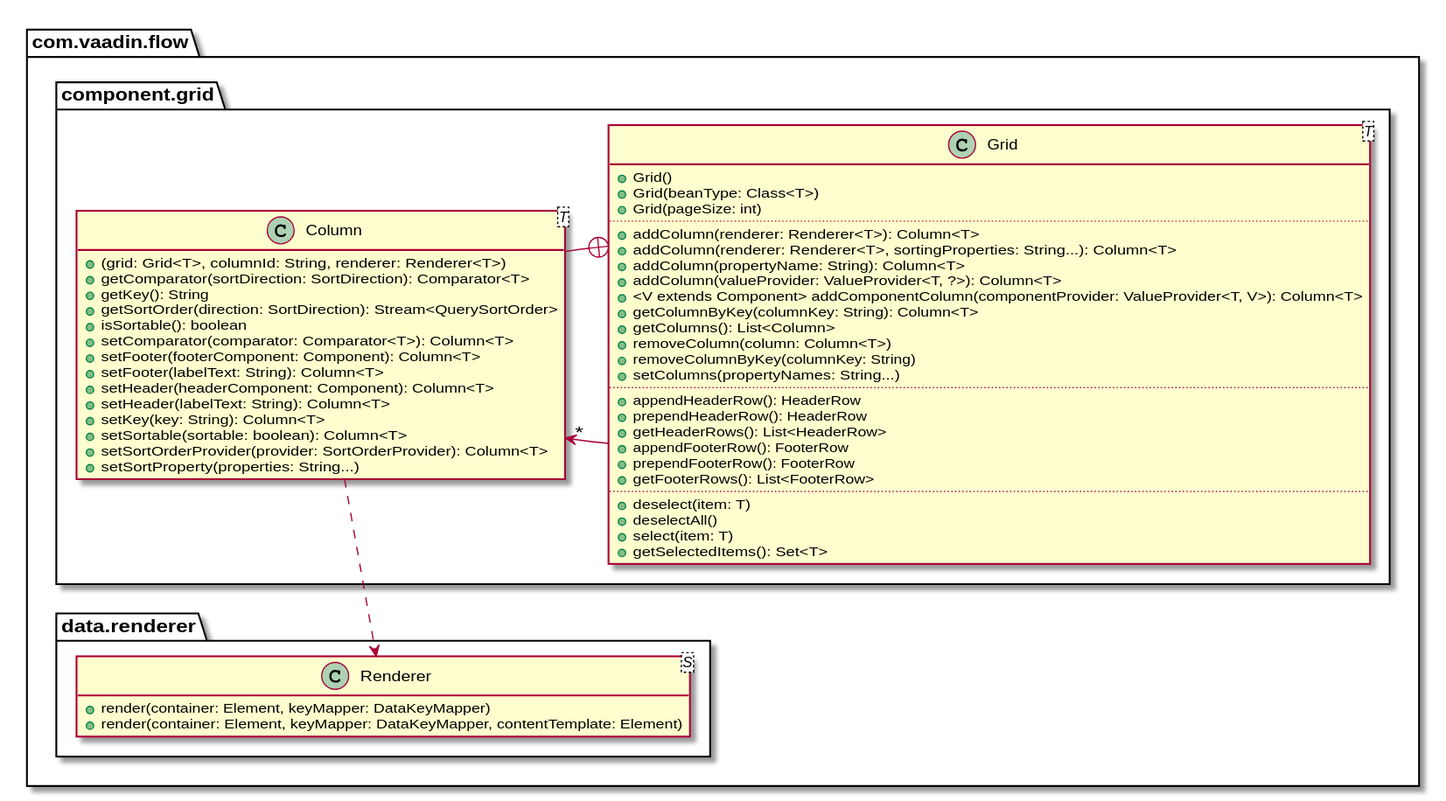
This is cours/images/grid.svg from formations/vaadin-foundations, a PlantUML export, as it was before one commit. Source of this version:
```plantuml
@startuml
package "com.vaadin.flow" {
 package "component.grid" {
  class Grid<T> {
   + Grid()
   + Grid(beanType: Class<T>)
   + Grid(pageSize: int)
....
   + addColumn(renderer: Renderer<T>): Column<T>
   + addColumn(renderer: Renderer<T>, sortingProperties: String...): Column<T>
   + addColumn(propertyName: String): Column<T>
   + addColumn(valueProvider: ValueProvider<T, ?>): Column<T>
   + <V extends Component> addComponentColumn(componentProvider: ValueProvider<T, V>): Column<T>
   + getColumnByKey(columnKey: String): Column<T>
   + getColumns(): List<Column>
   + removeColumn(column: Column<T>)
   + removeColumnByKey(columnKey: String)
   + setColumns(propertyNames: String...)
....
   + appendHeaderRow(): HeaderRow
   + prependHeaderRow(): HeaderRow
   + getHeaderRows(): List<HeaderRow>
   + appendFooterRow(): FooterRow
   + prependFooterRow(): FooterRow
   + getFooterRows(): List<FooterRow>
....
   + deselect(item: T)
   + deselectAll()
   + select(item: T)
   + getSelectedItems(): Set<T>
  }
  class Column<T> {
   + (grid: Grid<T>, columnId: String, renderer: Renderer<T>)
   + getComparator(sortDirection: SortDirection): Comparator<T>
   + getKey(): String
   + getSortOrder(direction: SortDirection): Stream<QuerySortOrder>
   + isSortable(): boolean
   + setComparator(comparator: Comparator<T>): Column<T>
   + setFooter(footerComponent: Component): Column<T>
   + setFooter(labelText: String): Column<T>
   + setHeader(headerComponent: Component): Column<T>
   + setHeader(labelText: String): Column<T>
   + setKey(key: String): Column<T>
   + setSortable(sortable: boolean): Column<T>
   + setSortOrderProvider(provider: SortOrderProvider): Column<T>
   + setSortProperty(properties: String...)
  }
 }
 package "data.renderer" {
  class Renderer<S> {
   + render(container: Element, keyMapper: DataKeyMapper)
   + render(container: Element, keyMapper: DataKeyMapper, contentTemplate: Element)
  }
 }
}

Grid -left-> "*" Column
Column -+ Grid
Column ..> Renderer
hide empty members
@enduml
```
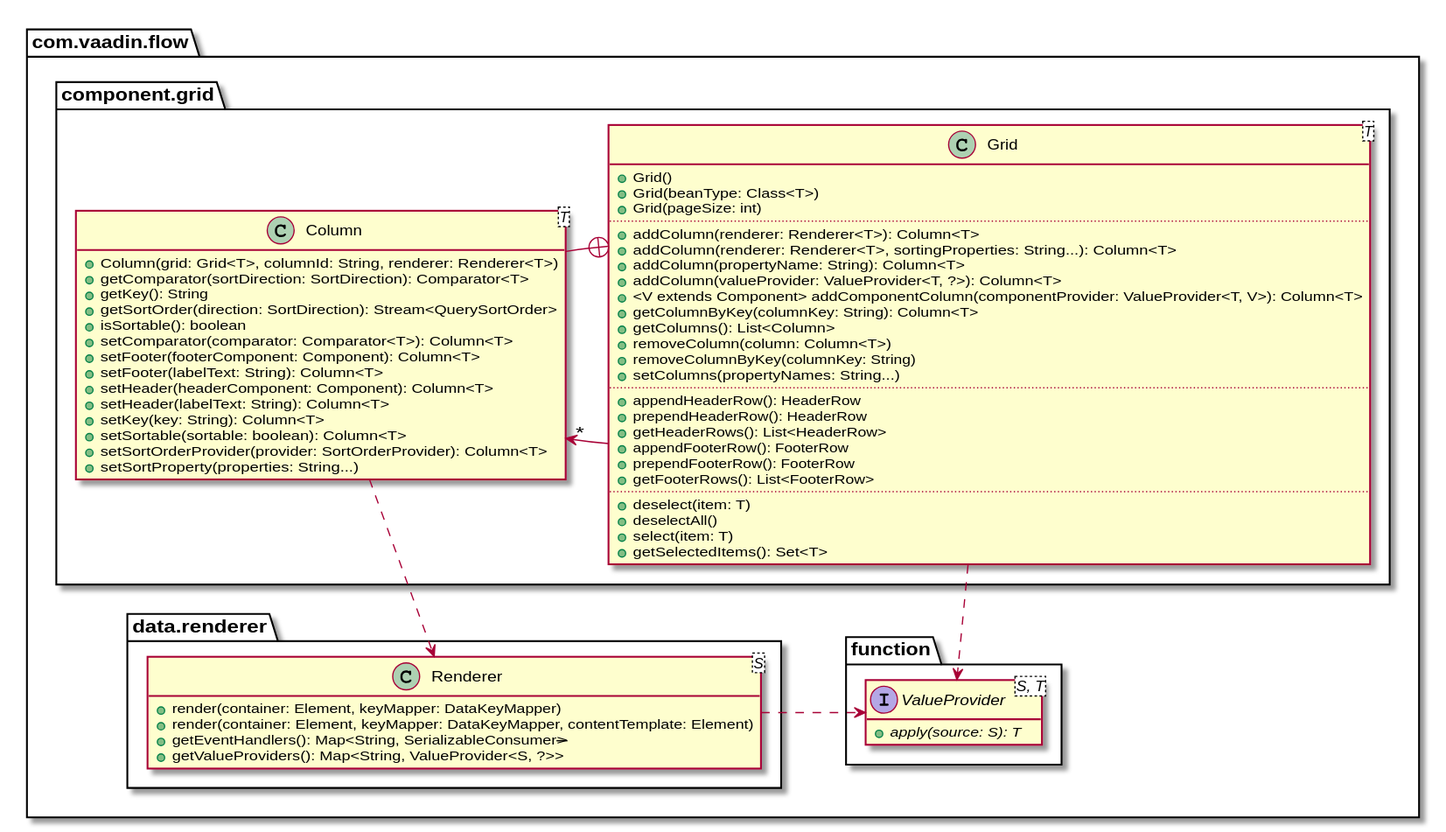
Later version of the same file.

Diff of the diagram source:
```diff
@@ -1,6 +1,6 @@
 @startuml
-package "com.vaadin.flow" {
- package "component.grid" {
+package com.vaadin.flow {
+ package component.grid {
   class Grid<T> {
    + Grid()
    + Grid(beanType: Class<T>)
@@ -30,7 +30,7 @@
    + getSelectedItems(): Set<T>
   }
   class Column<T> {
-   + (grid: Grid<T>, columnId: String, renderer: Renderer<T>)
+   + Column(grid: Grid<T>, columnId: String, renderer: Renderer<T>)
    + getComparator(sortDirection: SortDirection): Comparator<T>
    + getKey(): String
    + getSortOrder(direction: SortDirection): Stream<QuerySortOrder>
@@ -46,10 +46,17 @@
    + setSortProperty(properties: String...)
   }
  }
- package "data.renderer" {
+ package function {
+  interface ValueProvider<S, T> {
+   +{abstract} apply(source: S): T
+  }
+ }
+ package data.renderer {
   class Renderer<S> {
    + render(container: Element, keyMapper: DataKeyMapper)
    + render(container: Element, keyMapper: DataKeyMapper, contentTemplate: Element)
+   + getEventHandlers(): Map<String, SerializableConsumer<S>>
+   + getValueProviders(): Map<String, ValueProvider<S, ?>>
   }
  }
 }
@@ -57,5 +64,8 @@
 Grid -left-> "*" Column
 Column -+ Grid
 Column ..> Renderer
+Grid ..> ValueProvider
+Renderer .right.> ValueProvider
+
 hide empty members
 @enduml
```
